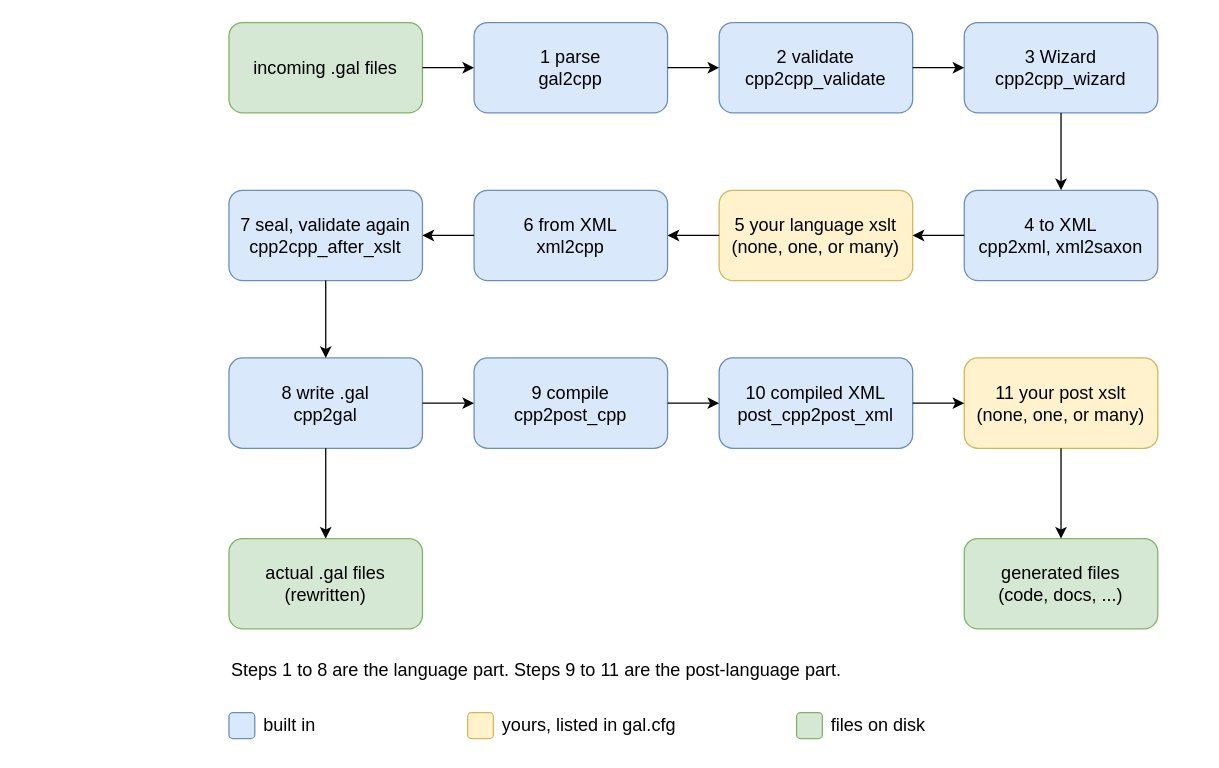
goloveshin/galimatron_doc keeps this draw.io diagram as drawio/03_run_pipeline.drawio. Above is the earlier version. Source tidied: cells renumbered, new cells numbered last; positions are measured from the earlier drawing's top-left corner, leaving out a move shared by most shapes. Both pictures are drawn from the tidied source at 129%, with x=0, y=0 at pixel (228, 22).
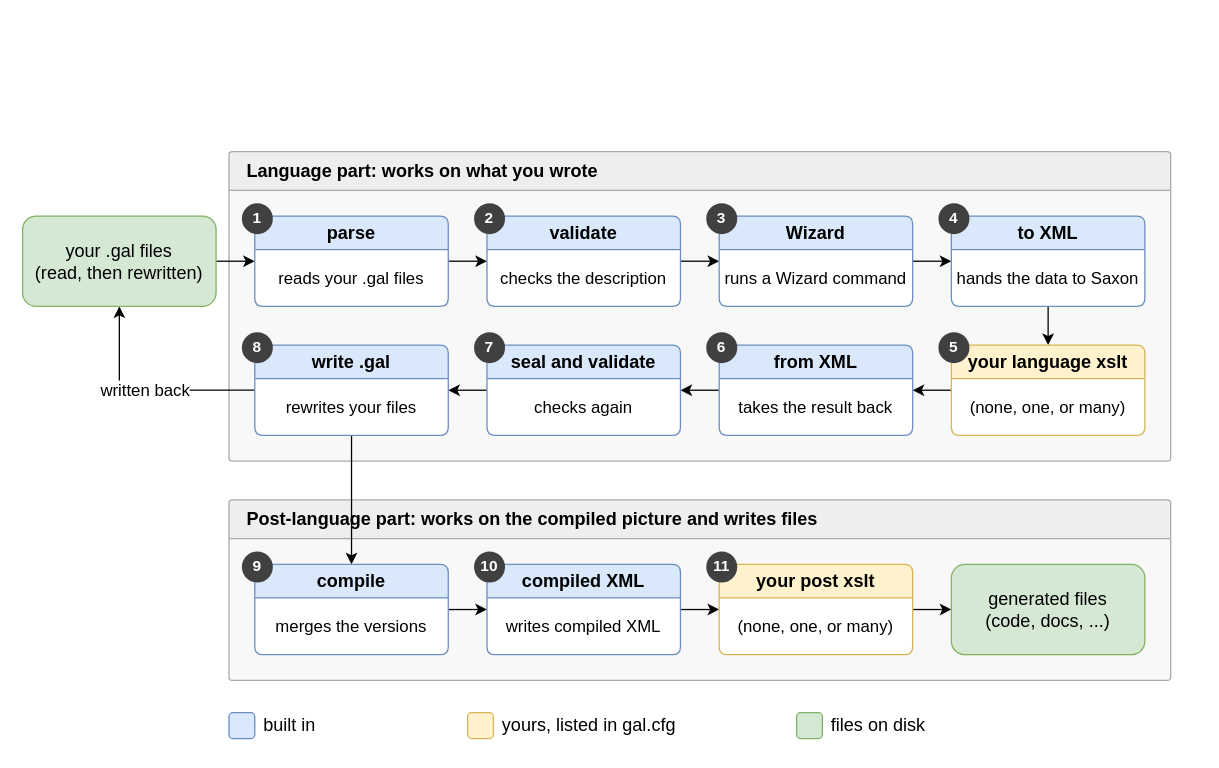
After the change.

What changed in the source:
```diff
@@
+    <mxCell id="36" value="Language part: works on what you wrote" style="swimlane;whiteSpace=wrap;html=1;rounded=1;arcSize=3;startSize=30;fillColor=#eeeeee;strokeColor=#aaaaaa;swimlaneFillColor=#f8f8f8;fontStyle=1;fontSize=14;align=left;spacingLeft=12;" parent="1" vertex="1">
+      <mxGeometry y="100" width="730" height="240" as="geometry" />
+    </mxCell>
+    <mxCell id="37" value="Post-language part: works on the compiled picture and writes files" style="swimlane;whiteSpace=wrap;html=1;rounded=1;arcSize=3;startSize=30;fillColor=#eeeeee;strokeColor=#aaaaaa;swimlaneFillColor=#f8f8f8;fontStyle=1;fontSize=14;align=left;spacingLeft=12;" parent="1" vertex="1">
+      <mxGeometry y="370" width="730" height="140" as="geometry" />
+    </mxCell>
+    <mxCell id="38" style="endArrow=classic;html=1;labelBackgroundColor=#ffffff;edgeStyle=none;" parent="1" edge="1" source="2" target="51">
+      <mxGeometry relative="1" as="geometry" />
+    </mxCell>
+    <mxCell id="39" style="endArrow=classic;html=1;labelBackgroundColor=#ffffff;edgeStyle=none;" parent="1" edge="1" source="51" target="53">
+      <mxGeometry relative="1" as="geometry" />
+    </mxCell>
+    <mxCell id="40" style="endArrow=classic;html=1;labelBackgroundColor=#ffffff;edgeStyle=none;" parent="1" edge="1" source="53" target="55">
+      <mxGeometry relative="1" as="geometry" />
+    </mxCell>
+    <mxCell id="41" style="endArrow=classic;html=1;labelBackgroundColor=#ffffff;edgeStyle=none;" parent="1" edge="1" source="55" target="57">
+      <mxGeometry relative="1" as="geometry" />
+    </mxCell>
+    <mxCell id="42" style="endArrow=classic;html=1;labelBackgroundColor=#ffffff;edgeStyle=none;" parent="1" edge="1" source="57" target="59">
+      <mxGeometry relative="1" as="geometry" />
+    </mxCell>
+    <mxCell id="43" style="endArrow=classic;html=1;labelBackgroundColor=#ffffff;edgeStyle=none;" parent="1" edge="1" source="59" target="61">
+      <mxGeometry relative="1" as="geometry" />
+    </mxCell>
+    <mxCell id="44" style="endArrow=classic;html=1;labelBackgroundColor=#ffffff;edgeStyle=none;" parent="1" edge="1" source="61" target="63">
+      <mxGeometry relative="1" as="geometry" />
+    </mxCell>
+    <mxCell id="45" style="endArrow=classic;html=1;labelBackgroundColor=#ffffff;edgeStyle=none;" parent="1" edge="1" source="63" target="65">
+      <mxGeometry relative="1" as="geometry" />
+    </mxCell>
+    <mxCell id="46" style="endArrow=classic;html=1;labelBackgroundColor=#ffffff;edgeStyle=none;" parent="1" edge="1" source="65" target="67">
+      <mxGeometry relative="1" as="geometry" />
+    </mxCell>
+    <mxCell id="47" style="endArrow=classic;html=1;labelBackgroundColor=#ffffff;edgeStyle=none;" parent="1" edge="1" source="67" target="69">
+      <mxGeometry relative="1" as="geometry" />
+    </mxCell>
+    <mxCell id="48" style="endArrow=classic;html=1;labelBackgroundColor=#ffffff;edgeStyle=none;" parent="1" edge="1" source="69" target="71">
+      <mxGeometry relative="1" as="geometry" />
+    </mxCell>
+    <mxCell id="49" style="endArrow=classic;html=1;labelBackgroundColor=#ffffff;edgeStyle=none;" parent="1" edge="1" source="71" target="14">
+      <mxGeometry relative="1" as="geometry" />
+    </mxCell>
+    <mxCell id="50" value="written back" style="edgeStyle=orthogonalEdgeStyle;rounded=0;html=1;endArrow=classic;labelBackgroundColor=#ffffff;fontSize=13;exitX=0;exitY=0.5;exitDx=0;exitDy=0;entryX=0.5;entryY=1;entryDx=0;entryDy=0;" parent="1" edge="1" source="65" target="2">
+      <mxGeometry relative="1" as="geometry" />
+    </mxCell>
-    <mxCell id="2" value="incoming .gal files" style="rounded=1;whiteSpace=wrap;html=1;fillColor=#d5e8d4;strokeColor=#82b366;fontSize=14;" parent="1" vertex="1">
-      <mxGeometry width="150" height="70" as="geometry" />
+    <mxCell id="2" value="your .gal files&lt;br&gt;(read, then rewritten)" style="rounded=1;whiteSpace=wrap;html=1;fillColor=#d5e8d4;strokeColor=#82b366;fontSize=14;" parent="1" vertex="1">
+      <mxGeometry x="-160" y="150" width="150" height="70" as="geometry" />
     </mxCell>
-    <mxCell id="3" value="1 parse&lt;br&gt;gal2cpp" style="rounded=1;whiteSpace=wrap;html=1;fillColor=#dae8fc;strokeColor=#6c8ebf;fontSize=14;" parent="1" vertex="1">
-      <mxGeometry x="190" width="150" height="70" as="geometry" />
-    </mxCell>
-    <mxCell id="4" value="2 validate&lt;br&gt;cpp2cpp_validate" style="rounded=1;whiteSpace=wrap;html=1;fillColor=#dae8fc;strokeColor=#6c8ebf;fontSize=14;" parent="1" vertex="1">
-      <mxGeometry x="380" width="150" height="70" as="geometry" />
-    </mxCell>
-    <mxCell id="5" value="3 Wizard&lt;br&gt;cpp2cpp_wizard" style="rounded=1;whiteSpace=wrap;html=1;fillColor=#dae8fc;strokeColor=#6c8ebf;fontSize=14;" parent="1" vertex="1">
-      <mxGeometry x="570" width="150" height="70" as="geometry" />
-    </mxCell>
-    <mxCell id="6" value="4 to XML&lt;br&gt;cpp2xml, xml2saxon" style="rounded=1;whiteSpace=wrap;html=1;fillColor=#dae8fc;strokeColor=#6c8ebf;fontSize=14;" parent="1" vertex="1">
-      <mxGeometry x="570" y="130" width="150" height="70" as="geometry" />
-    </mxCell>
-    <mxCell id="7" value="5 your language xslt&lt;br&gt;(none, one, or many)" style="rounded=1;whiteSpace=wrap;html=1;fillColor=#fff2cc;strokeColor=#d6b656;fontSize=14;" parent="1" vertex="1">
-      <mxGeometry x="380" y="130" width="150" height="70" as="geometry" />
-    </mxCell>
-    <mxCell id="8" value="6 from XML&lt;br&gt;xml2cpp" style="rounded=1;whiteSpace=wrap;html=1;fillColor=#dae8fc;strokeColor=#6c8ebf;fontSize=14;" parent="1" vertex="1">
-      <mxGeometry x="190" y="130" width="150" height="70" as="geometry" />
-    </mxCell>
-    <mxCell id="9" value="7 seal, validate again&lt;br&gt;cpp2cpp_after_xslt" style="rounded=1;whiteSpace=wrap;html=1;fillColor=#dae8fc;strokeColor=#6c8ebf;fontSize=14;" parent="1" vertex="1">
-      <mxGeometry y="130" width="150" height="70" as="geometry" />
-    </mxCell>
-    <mxCell id="10" value="8 write .gal&lt;br&gt;cpp2gal" style="rounded=1;whiteSpace=wrap;html=1;fillColor=#dae8fc;strokeColor=#6c8ebf;fontSize=14;" parent="1" vertex="1">
-      <mxGeometry y="260" width="150" height="70" as="geometry" />
-    </mxCell>
-    <mxCell id="11" value="9 compile&lt;br&gt;cpp2post_cpp" style="rounded=1;whiteSpace=wrap;html=1;fillColor=#dae8fc;strokeColor=#6c8ebf;fontSize=14;" parent="1" vertex="1">
-      <mxGeometry x="190" y="260" width="150" height="70" as="geometry" />
-    </mxCell>
-    <mxCell id="12" value="10 compiled XML&lt;br&gt;post_cpp2post_xml" style="rounded=1;whiteSpace=wrap;html=1;fillColor=#dae8fc;strokeColor=#6c8ebf;fontSize=14;" parent="1" vertex="1">
-      <mxGeometry x="380" y="260" width="150" height="70" as="geometry" />
-    </mxCell>
-    <mxCell id="13" value="11 your post xslt&lt;br&gt;(none, one, or many)" style="rounded=1;whiteSpace=wrap;html=1;fillColor=#fff2cc;strokeColor=#d6b656;fontSize=14;" parent="1" vertex="1">
-      <mxGeometry x="570" y="260" width="150" height="70" as="geometry" />
-    </mxCell>
-    <mxCell id="14" value="actual .gal files&lt;br&gt;(rewritten)" style="rounded=1;whiteSpace=wrap;html=1;fillColor=#d5e8d4;strokeColor=#82b366;fontSize=14;" parent="1" vertex="1">
-      <mxGeometry y="400" width="150" height="70" as="geometry" />
+    <mxCell id="14" value="generated files&lt;br&gt;(code, docs, ...)" style="rounded=1;whiteSpace=wrap;html=1;fillColor=#d5e8d4;strokeColor=#82b366;fontSize=14;" parent="1" vertex="1">
+      <mxGeometry x="560" y="420" width="150" height="70" as="geometry" />
     </mxCell>
-    <mxCell id="15" value="generated files&lt;br&gt;(code, docs, ...)" style="rounded=1;whiteSpace=wrap;html=1;fillColor=#d5e8d4;strokeColor=#82b366;fontSize=14;" parent="1" vertex="1">
-      <mxGeometry x="570" y="400" width="150" height="70" as="geometry" />
-    </mxCell>
-    <mxCell id="16" style="endArrow=classic;html=1;labelBackgroundColor=#ffffff;edgeStyle=none;" parent="1" edge="1" source="2" target="3">
-      <mxGeometry relative="1" as="geometry" />
-    </mxCell>
-    <mxCell id="17" style="endArrow=classic;html=1;labelBackgroundColor=#ffffff;edgeStyle=none;" parent="1" edge="1" source="3" target="4">
-      <mxGeometry relative="1" as="geometry" />
-    </mxCell>
-    <mxCell id="18" style="endArrow=classic;html=1;labelBackgroundColor=#ffffff;edgeStyle=none;" parent="1" edge="1" source="4" target="5">
-      <mxGeometry relative="1" as="geometry" />
-    </mxCell>
-    <mxCell id="19" style="endArrow=classic;html=1;labelBackgroundColor=#ffffff;edgeStyle=none;" parent="1" edge="1" source="5" target="6">
-      <mxGeometry relative="1" as="geometry" />
-    </mxCell>
-    <mxCell id="20" style="endArrow=classic;html=1;labelBackgroundColor=#ffffff;edgeStyle=none;" parent="1" edge="1" source="6" target="7">
-      <mxGeometry relative="1" as="geometry" />
-    </mxCell>
-    <mxCell id="21" style="endArrow=classic;html=1;labelBackgroundColor=#ffffff;edgeStyle=none;" parent="1" edge="1" source="7" target="8">
-      <mxGeometry relative="1" as="geometry" />
-    </mxCell>
-    <mxCell id="22" style="endArrow=classic;html=1;labelBackgroundColor=#ffffff;edgeStyle=none;" parent="1" edge="1" source="8" target="9">
-      <mxGeometry relative="1" as="geometry" />
-    </mxCell>
-    <mxCell id="23" style="endArrow=classic;html=1;labelBackgroundColor=#ffffff;edgeStyle=none;" parent="1" edge="1" source="9" target="10">
-      <mxGeometry relative="1" as="geometry" />
-    </mxCell>
-    <mxCell id="24" style="endArrow=classic;html=1;labelBackgroundColor=#ffffff;edgeStyle=none;" parent="1" edge="1" source="10" target="11">
-      <mxGeometry relative="1" as="geometry" />
-    </mxCell>
-    <mxCell id="25" style="endArrow=classic;html=1;labelBackgroundColor=#ffffff;edgeStyle=none;" parent="1" edge="1" source="11" target="12">
-      <mxGeometry relative="1" as="geometry" />
-    </mxCell>
-    <mxCell id="26" style="endArrow=classic;html=1;labelBackgroundColor=#ffffff;edgeStyle=none;" parent="1" edge="1" source="12" target="13">
-      <mxGeometry relative="1" as="geometry" />
-    </mxCell>
-    <mxCell id="27" style="endArrow=classic;html=1;labelBackgroundColor=#ffffff;edgeStyle=none;" parent="1" edge="1" source="10" target="14">
-      <mxGeometry relative="1" as="geometry" />
-    </mxCell>
-    <mxCell id="28" style="endArrow=classic;html=1;labelBackgroundColor=#ffffff;edgeStyle=none;" parent="1" edge="1" source="13" target="15">
-      <mxGeometry relative="1" as="geometry" />
-    </mxCell>
-    <mxCell id="29" value="Steps 1 to 8 are the language part. Steps 9 to 11 are the post-language part." style="text;html=1;whiteSpace=wrap;verticalAlign=middle;align=left;fontSize=14;" parent="1" vertex="1">
-      <mxGeometry y="490" width="750" height="24" as="geometry" />
-    </mxCell>
+    <mxCell id="51" value="parse" style="swimlane;whiteSpace=wrap;html=1;rounded=1;arcSize=8;startSize=26;fillColor=#dae8fc;strokeColor=#6c8ebf;swimlaneFillColor=#ffffff;fontStyle=1;fontSize=14;align=center;" parent="1" vertex="1">
+      <mxGeometry x="20" y="150" width="150" height="70" as="geometry" />
+    </mxCell>
+    <mxCell id="52" value="reads your .gal files" style="text;html=1;whiteSpace=wrap;verticalAlign=middle;align=center;fontSize=13;" parent="51" vertex="1">
+      <mxGeometry y="26" width="150" height="44" as="geometry" />
+    </mxCell>
+    <mxCell id="53" value="validate" style="swimlane;whiteSpace=wrap;html=1;rounded=1;arcSize=8;startSize=26;fillColor=#dae8fc;strokeColor=#6c8ebf;swimlaneFillColor=#ffffff;fontStyle=1;fontSize=14;align=center;" parent="1" vertex="1">
+      <mxGeometry x="200" y="150" width="150" height="70" as="geometry" />
+    </mxCell>
+    <mxCell id="54" value="checks the description" style="text;html=1;whiteSpace=wrap;verticalAlign=middle;align=center;fontSize=13;" parent="53" vertex="1">
+      <mxGeometry y="26" width="150" height="44" as="geometry" />
+    </mxCell>
+    <mxCell id="55" value="Wizard" style="swimlane;whiteSpace=wrap;html=1;rounded=1;arcSize=8;startSize=26;fillColor=#dae8fc;strokeColor=#6c8ebf;swimlaneFillColor=#ffffff;fontStyle=1;fontSize=14;align=center;" parent="1" vertex="1">
+      <mxGeometry x="380" y="150" width="150" height="70" as="geometry" />
+    </mxCell>
+    <mxCell id="56" value="runs a Wizard command" style="text;html=1;whiteSpace=wrap;verticalAlign=middle;align=center;fontSize=13;" parent="55" vertex="1">
+      <mxGeometry y="26" width="150" height="44" as="geometry" />
+    </mxCell>
+    <mxCell id="57" value="to XML" style="swimlane;whiteSpace=wrap;html=1;rounded=1;arcSize=8;startSize=26;fillColor=#dae8fc;strokeColor=#6c8ebf;swimlaneFillColor=#ffffff;fontStyle=1;fontSize=14;align=center;" parent="1" vertex="1">
+      <mxGeometry x="560" y="150" width="150" height="70" as="geometry" />
+    </mxCell>
+    <mxCell id="58" value="hands the data to Saxon" style="text;html=1;whiteSpace=wrap;verticalAlign=middle;align=center;fontSize=13;" parent="57" vertex="1">
+      <mxGeometry y="26" width="150" height="44" as="geometry" />
+    </mxCell>
+    <mxCell id="59" value="your language xslt" style="swimlane;whiteSpace=wrap;html=1;rounded=1;arcSize=8;startSize=26;fillColor=#fff2cc;strokeColor=#d6b656;swimlaneFillColor=#ffffff;fontStyle=1;fontSize=14;align=center;" parent="1" vertex="1">
+      <mxGeometry x="560" y="250" width="150" height="70" as="geometry" />
+    </mxCell>
+    <mxCell id="60" value="(none, one, or many)" style="text;html=1;whiteSpace=wrap;verticalAlign=middle;align=center;fontSize=13;" parent="59" vertex="1">
+      <mxGeometry y="26" width="150" height="44" as="geometry" />
+    </mxCell>
+    <mxCell id="61" value="from XML" style="swimlane;whiteSpace=wrap;html=1;rounded=1;arcSize=8;startSize=26;fillColor=#dae8fc;strokeColor=#6c8ebf;swimlaneFillColor=#ffffff;fontStyle=1;fontSize=14;align=center;" parent="1" vertex="1">
+      <mxGeometry x="380" y="250" width="150" height="70" as="geometry" />
+    </mxCell>
+    <mxCell id="62" value="takes the result back" style="text;html=1;whiteSpace=wrap;verticalAlign=middle;align=center;fontSize=13;" parent="61" vertex="1">
+      <mxGeometry y="26" width="150" height="44" as="geometry" />
+    </mxCell>
+    <mxCell id="63" value="seal and validate" style="swimlane;whiteSpace=wrap;html=1;rounded=1;arcSize=8;startSize=26;fillColor=#dae8fc;strokeColor=#6c8ebf;swimlaneFillColor=#ffffff;fontStyle=1;fontSize=14;align=center;" parent="1" vertex="1">
+      <mxGeometry x="200" y="250" width="150" height="70" as="geometry" />
+    </mxCell>
+    <mxCell id="64" value="checks again" style="text;html=1;whiteSpace=wrap;verticalAlign=middle;align=center;fontSize=13;" parent="63" vertex="1">
+      <mxGeometry y="26" width="150" height="44" as="geometry" />
+    </mxCell>
+    <mxCell id="65" value="write .gal" style="swimlane;whiteSpace=wrap;html=1;rounded=1;arcSize=8;startSize=26;fillColor=#dae8fc;strokeColor=#6c8ebf;swimlaneFillColor=#ffffff;fontStyle=1;fontSize=14;align=center;" parent="1" vertex="1">
+      <mxGeometry x="20" y="250" width="150" height="70" as="geometry" />
+    </mxCell>
+    <mxCell id="66" value="rewrites your files" style="text;html=1;whiteSpace=wrap;verticalAlign=middle;align=center;fontSize=13;" parent="65" vertex="1">
+      <mxGeometry y="26" width="150" height="44" as="geometry" />
+    </mxCell>
+    <mxCell id="67" value="compile" style="swimlane;whiteSpace=wrap;html=1;rounded=1;arcSize=8;startSize=26;fillColor=#dae8fc;strokeColor=#6c8ebf;swimlaneFillColor=#ffffff;fontStyle=1;fontSize=14;align=center;" parent="1" vertex="1">
+      <mxGeometry x="20" y="420" width="150" height="70" as="geometry" />
+    </mxCell>
+    <mxCell id="68" value="merges the versions" style="text;html=1;whiteSpace=wrap;verticalAlign=middle;align=center;fontSize=13;" parent="67" vertex="1">
+      <mxGeometry y="26" width="150" height="44" as="geometry" />
+    </mxCell>
+    <mxCell id="69" value="compiled XML" style="swimlane;whiteSpace=wrap;html=1;rounded=1;arcSize=8;startSize=26;fillColor=#dae8fc;strokeColor=#6c8ebf;swimlaneFillColor=#ffffff;fontStyle=1;fontSize=14;align=center;" parent="1" vertex="1">
+      <mxGeometry x="200" y="420" width="150" height="70" as="geometry" />
+    </mxCell>
+    <mxCell id="70" value="writes compiled XML" style="text;html=1;whiteSpace=wrap;verticalAlign=middle;align=center;fontSize=13;" parent="69" vertex="1">
+      <mxGeometry y="26" width="150" height="44" as="geometry" />
+    </mxCell>
+    <mxCell id="71" value="your post xslt" style="swimlane;whiteSpace=wrap;html=1;rounded=1;arcSize=8;startSize=26;fillColor=#fff2cc;strokeColor=#d6b656;swimlaneFillColor=#ffffff;fontStyle=1;fontSize=14;align=center;" parent="1" vertex="1">
+      <mxGeometry x="380" y="420" width="150" height="70" as="geometry" />
+    </mxCell>
+    <mxCell id="72" value="(none, one, or many)" style="text;html=1;whiteSpace=wrap;verticalAlign=middle;align=center;fontSize=13;" parent="71" vertex="1">
+      <mxGeometry y="26" width="150" height="44" as="geometry" />
+    </mxCell>
+    <mxCell id="73" value="1" style="ellipse;whiteSpace=wrap;html=1;fillColor=#404040;strokeColor=none;fontColor=#ffffff;fontStyle=1;fontSize=12;" parent="1" vertex="1">
+      <mxGeometry x="10" y="140" width="24" height="24" as="geometry" />
+    </mxCell>
+    <mxCell id="74" value="2" style="ellipse;whiteSpace=wrap;html=1;fillColor=#404040;strokeColor=none;fontColor=#ffffff;fontStyle=1;fontSize=12;" parent="1" vertex="1">
+      <mxGeometry x="190" y="140" width="24" height="24" as="geometry" />
+    </mxCell>
+    <mxCell id="75" value="3" style="ellipse;whiteSpace=wrap;html=1;fillColor=#404040;strokeColor=none;fontColor=#ffffff;fontStyle=1;fontSize=12;" parent="1" vertex="1">
+      <mxGeometry x="370" y="140" width="24" height="24" as="geometry" />
+    </mxCell>
+    <mxCell id="76" value="4" style="ellipse;whiteSpace=wrap;html=1;fillColor=#404040;strokeColor=none;fontColor=#ffffff;fontStyle=1;fontSize=12;" parent="1" vertex="1">
+      <mxGeometry x="550" y="140" width="24" height="24" as="geometry" />
+    </mxCell>
+    <mxCell id="77" value="5" style="ellipse;whiteSpace=wrap;html=1;fillColor=#404040;strokeColor=none;fontColor=#ffffff;fontStyle=1;fontSize=12;" parent="1" vertex="1">
+      <mxGeometry x="550" y="240" width="24" height="24" as="geometry" />
+    </mxCell>
+    <mxCell id="78" value="6" style="ellipse;whiteSpace=wrap;html=1;fillColor=#404040;strokeColor=none;fontColor=#ffffff;fontStyle=1;fontSize=12;" parent="1" vertex="1">
+      <mxGeometry x="370" y="240" width="24" height="24" as="geometry" />
+    </mxCell>
+    <mxCell id="79" value="7" style="ellipse;whiteSpace=wrap;html=1;fillColor=#404040;strokeColor=none;fontColor=#ffffff;fontStyle=1;fontSize=12;" parent="1" vertex="1">
+      <mxGeometry x="190" y="240" width="24" height="24" as="geometry" />
+    </mxCell>
+    <mxCell id="80" value="8" style="ellipse;whiteSpace=wrap;html=1;fillColor=#404040;strokeColor=none;fontColor=#ffffff;fontStyle=1;fontSize=12;" parent="1" vertex="1">
+      <mxGeometry x="10" y="240" width="24" height="24" as="geometry" />
+    </mxCell>
+    <mxCell id="81" value="9" style="ellipse;whiteSpace=wrap;html=1;fillColor=#404040;strokeColor=none;fontColor=#ffffff;fontStyle=1;fontSize=12;" parent="1" vertex="1">
+      <mxGeometry x="10" y="410" width="24" height="24" as="geometry" />
+    </mxCell>
+    <mxCell id="82" value="10" style="ellipse;whiteSpace=wrap;html=1;fillColor=#404040;strokeColor=none;fontColor=#ffffff;fontStyle=1;fontSize=12;" parent="1" vertex="1">
+      <mxGeometry x="190" y="410" width="24" height="24" as="geometry" />
+    </mxCell>
+    <mxCell id="83" value="11" style="ellipse;whiteSpace=wrap;html=1;fillColor=#404040;strokeColor=none;fontColor=#ffffff;fontStyle=1;fontSize=12;" parent="1" vertex="1">
+      <mxGeometry x="370" y="410" width="24" height="24" as="geometry" />
+    </mxCell>
```
